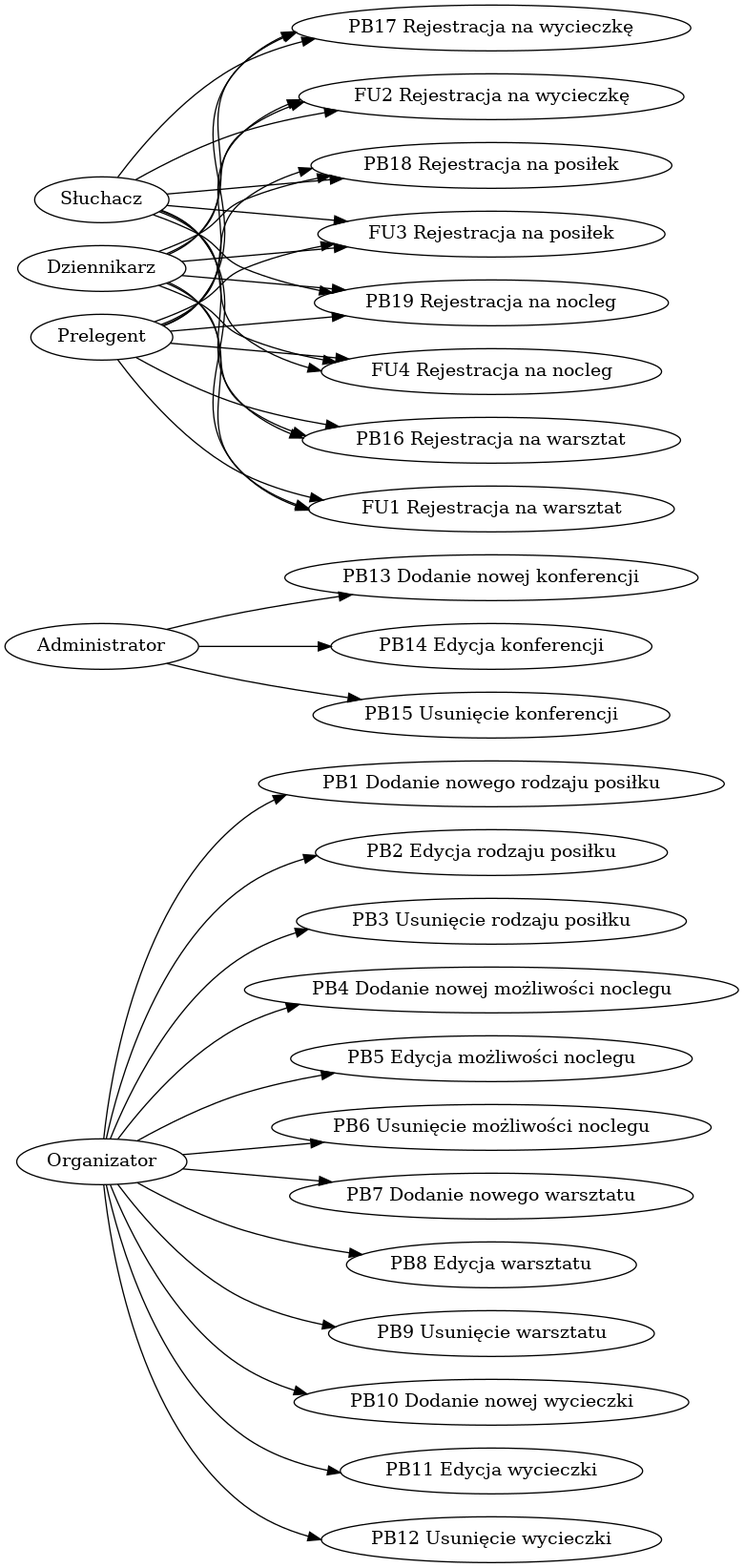
Earlier version of the Graphviz export przypadki.png (zyla/iop_konferencja). Its source is kept beside it as przypadki.dot.
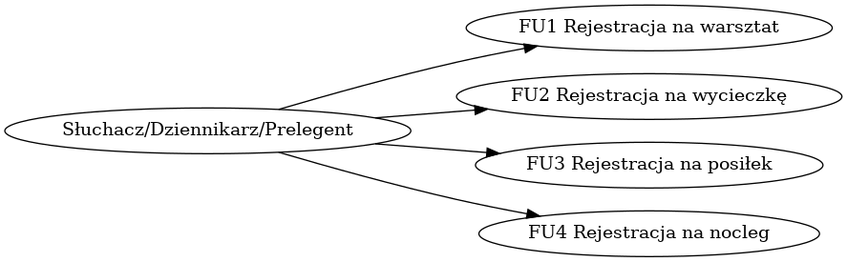
After the commit.

Diff of the diagram source:
```diff
@@ -1,40 +1,5 @@
-digraph { rankdir=LR; "Organizator" -> "PB1 Dodanie nowego rodzaju posiłku"
-"Organizator" -> "PB2 Edycja rodzaju posiłku"
-"Organizator" -> "PB3 Usunięcie rodzaju posiłku"
-"Organizator" -> "PB4 Dodanie nowej możliwości noclegu"
-"Organizator" -> "PB5 Edycja możliwości noclegu"
-"Organizator" -> "PB6 Usunięcie możliwości noclegu"
-"Organizator" -> "PB7 Dodanie nowego warsztatu"
-"Organizator" -> "PB8 Edycja warsztatu"
-"Organizator" -> "PB9 Usunięcie warsztatu"
-"Organizator" -> "PB10 Dodanie nowej wycieczki"
-"Organizator" -> "PB11 Edycja wycieczki"
-"Organizator" -> "PB12 Usunięcie wycieczki"
-"Administrator" -> "PB13 Dodanie nowej konferencji"
-"Administrator" -> "PB14 Edycja konferencji"
-"Administrator" -> "PB15 Usunięcie konferencji"
-"Słuchacz" -> "PB16 Rejestracja na warsztat"
-"Dziennikarz" -> "PB16 Rejestracja na warsztat"
-"Prelegent" -> "PB16 Rejestracja na warsztat"
-"Słuchacz" -> "FU1 Rejestracja na warsztat"
-"Dziennikarz" -> "FU1 Rejestracja na warsztat"
-"Prelegent" -> "FU1 Rejestracja na warsztat"
-"Słuchacz" -> "PB17 Rejestracja na wycieczkę"
-"Dziennikarz" -> "PB17 Rejestracja na wycieczkę"
-"Prelegent" -> "PB17 Rejestracja na wycieczkę"
-"Słuchacz" -> "FU2 Rejestracja na wycieczkę"
-"Dziennikarz" -> "FU2 Rejestracja na wycieczkę"
-"Prelegent" -> "FU2 Rejestracja na wycieczkę"
-"Słuchacz" -> "PB18 Rejestracja na posiłek"
-"Dziennikarz" -> "PB18 Rejestracja na posiłek"
-"Prelegent" -> "PB18 Rejestracja na posiłek"
-"Słuchacz" -> "FU3 Rejestracja na posiłek"
-"Dziennikarz" -> "FU3 Rejestracja na posiłek"
-"Prelegent" -> "FU3 Rejestracja na posiłek"
-"Słuchacz" -> "PB19 Rejestracja na nocleg"
-"Dziennikarz" -> "PB19 Rejestracja na nocleg"
-"Prelegent" -> "PB19 Rejestracja na nocleg"
-"Słuchacz" -> "FU4 Rejestracja na nocleg"
-"Dziennikarz" -> "FU4 Rejestracja na nocleg"
-"Prelegent" -> "FU4 Rejestracja na nocleg"
+digraph { rankdir=LR; "Słuchacz/Dziennikarz/Prelegent" -> "FU1 Rejestracja na warsztat"
+"Słuchacz/Dziennikarz/Prelegent" -> "FU2 Rejestracja na wycieczkę"
+"Słuchacz/Dziennikarz/Prelegent" -> "FU3 Rejestracja na posiłek"
+"Słuchacz/Dziennikarz/Prelegent" -> "FU4 Rejestracja na nocleg"
  }
```
